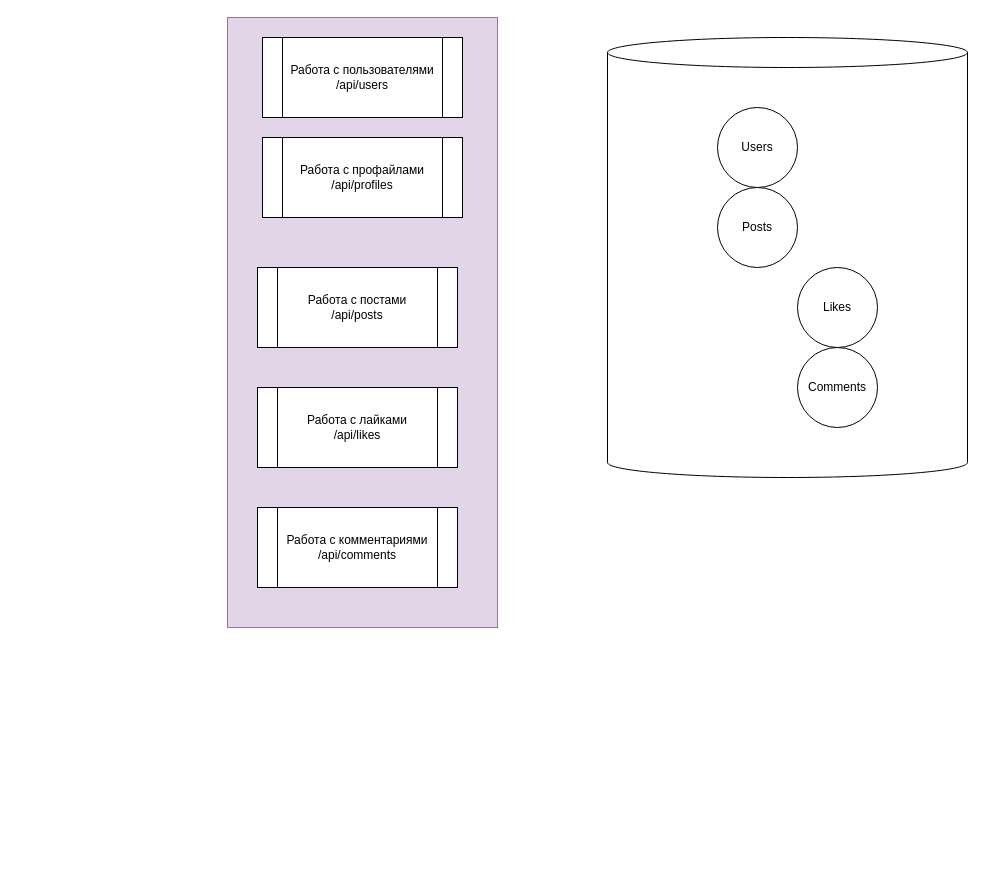
This is page "Сторінка-2" (2 of 2) of Azure.drawio from ninydev/mpv111, a draw.io file, before an edit. Source tidied: cells renumbered, new cells numbered last; positions are measured from the earlier drawing's top-left corner, leaving out a move shared by most shapes. Both pictures are drawn from the tidied source at 100%, with x=0, y=0 at pixel (227, 17).
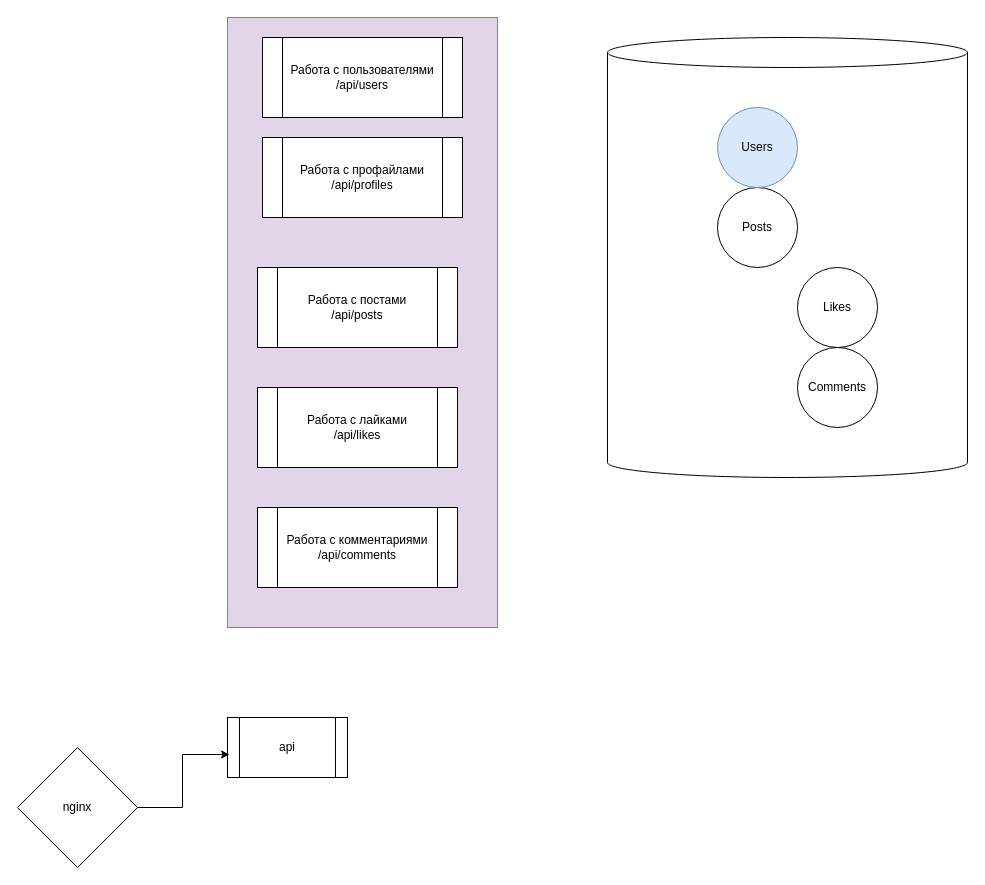
The same diagram, later.

What changed in the source:
```diff
@@
 <mxGraphModel>
   <root>
     <mxCell id="0" />
     <mxCell id="1" parent="0" />
     <mxCell id="2" style="rounded=0;whiteSpace=wrap;html=1;fillColor=#e1d5e7;strokeColor=#9673a6;" parent="1" vertex="1">
       <mxGeometry width="270" height="610" as="geometry" />
     </mxCell>
     <mxCell id="3" style="shape=cylinder3;whiteSpace=wrap;html=1;boundedLbl=1;backgroundOutline=1;size=15;" parent="1" vertex="1">
       <mxGeometry x="380" y="20" width="360" height="440" as="geometry" />
     </mxCell>
     <mxCell id="4" value="Работа с постами&lt;br&gt;/api/posts" style="shape=process;whiteSpace=wrap;html=1;backgroundOutline=1;" parent="1" vertex="1">
       <mxGeometry x="30" y="250" width="200" height="80" as="geometry" />
     </mxCell>
     <mxCell id="5" value="Posts" style="ellipse;whiteSpace=wrap;html=1;" parent="1" vertex="1">
       <mxGeometry x="490" y="170" width="80" height="80" as="geometry" />
     </mxCell>
     <mxCell id="6" value="Likes" style="ellipse;whiteSpace=wrap;html=1;" parent="1" vertex="1">
       <mxGeometry x="570" y="250" width="80" height="80" as="geometry" />
     </mxCell>
     <mxCell id="7" value="Comments" style="ellipse;whiteSpace=wrap;html=1;" parent="1" vertex="1">
       <mxGeometry x="570" y="330" width="80" height="80" as="geometry" />
     </mxCell>
-    <mxCell id="8" value="Users" style="ellipse;whiteSpace=wrap;html=1;" parent="1" vertex="1">
+    <mxCell id="8" value="Users" style="ellipse;whiteSpace=wrap;html=1;fillColor=#dae8fc;strokeColor=#6c8ebf;" parent="1" vertex="1">
       <mxGeometry x="490" y="90" width="80" height="80" as="geometry" />
     </mxCell>
     <mxCell id="9" value="Работа с пользователями&lt;br&gt;/api/users" style="shape=process;whiteSpace=wrap;html=1;backgroundOutline=1;" parent="1" vertex="1">
       <mxGeometry x="35" y="20" width="200" height="80" as="geometry" />
     </mxCell>
     <mxCell id="10" value="Работа с лайками&lt;br&gt;/api/likes" style="shape=process;whiteSpace=wrap;html=1;backgroundOutline=1;" parent="1" vertex="1">
       <mxGeometry x="30" y="370" width="200" height="80" as="geometry" />
     </mxCell>
     <mxCell id="11" value="Работа с комментариями&lt;br&gt;/api/comments" style="shape=process;whiteSpace=wrap;html=1;backgroundOutline=1;" parent="1" vertex="1">
       <mxGeometry x="30" y="490" width="200" height="80" as="geometry" />
     </mxCell>
     <mxCell id="12" value="Работа с профайлами&lt;br&gt;/api/profiles" style="shape=process;whiteSpace=wrap;html=1;backgroundOutline=1;" parent="1" vertex="1">
       <mxGeometry x="35" y="120" width="200" height="80" as="geometry" />
     </mxCell>
+    <mxCell id="13" value="nginx" style="rhombus;whiteSpace=wrap;html=1;" parent="1" vertex="1">
+      <mxGeometry x="-210" y="730" width="120" height="120" as="geometry" />
+    </mxCell>
+    <mxCell id="14" value="api" style="shape=process;whiteSpace=wrap;html=1;backgroundOutline=1;" parent="1" vertex="1">
+      <mxGeometry y="700" width="120" height="60" as="geometry" />
+    </mxCell>
+    <mxCell id="15" style="edgeStyle=orthogonalEdgeStyle;rounded=0;jettySize=auto;html=1;entryX=0.017;entryY=0.617;entryDx=0;entryDy=0;entryPerimeter=0;" parent="1" edge="1" source="13" target="14">
+      <mxGeometry relative="1" as="geometry" />
+    </mxCell>
   </root>
 </mxGraphModel>
```
